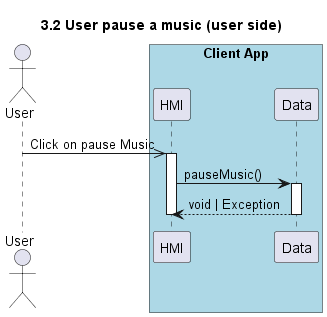
UTCAI12/Diagrams keeps this PlantUML diagram as website/images/sequence/3.2 User pause a music (user side).png. Above is the earlier version. Its diagram source:
```plantuml
@startuml 3.2 User pause a music (user side)
title 3.2 User pause a music (user side)

actor "User" as user
box "Client App" #LightBlue
    participant "HMI" as hmi
    participant "Data" as data
end box

user ->> hmi : Click on pause Music
activate hmi

hmi -> data : pauseMusic()
activate data
return void | Exception
deactivate data
deactivate hmi

@enduml
```
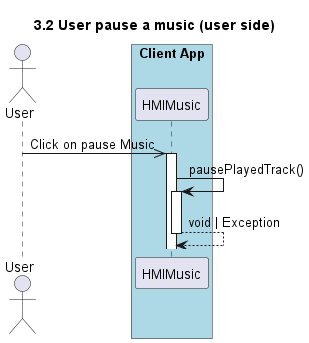
The same file after the commit.

What changed in the source:
```diff
@@ -3,17 +3,11 @@
 
 actor "User" as user
 box "Client App" #LightBlue
-    participant "HMI" as hmi
-    participant "Data" as data
+    participant "HMIMusic" as hmi
 end box
 
-user ->> hmi : Click on pause Music
-activate hmi
-
-hmi -> data : pauseMusic()
-activate data
+user ->> hmi++: Click on pause Music
+hmi->hmi++: pausePlayedTrack()
 return void | Exception
-deactivate data
-deactivate hmi
 
 @enduml
```
